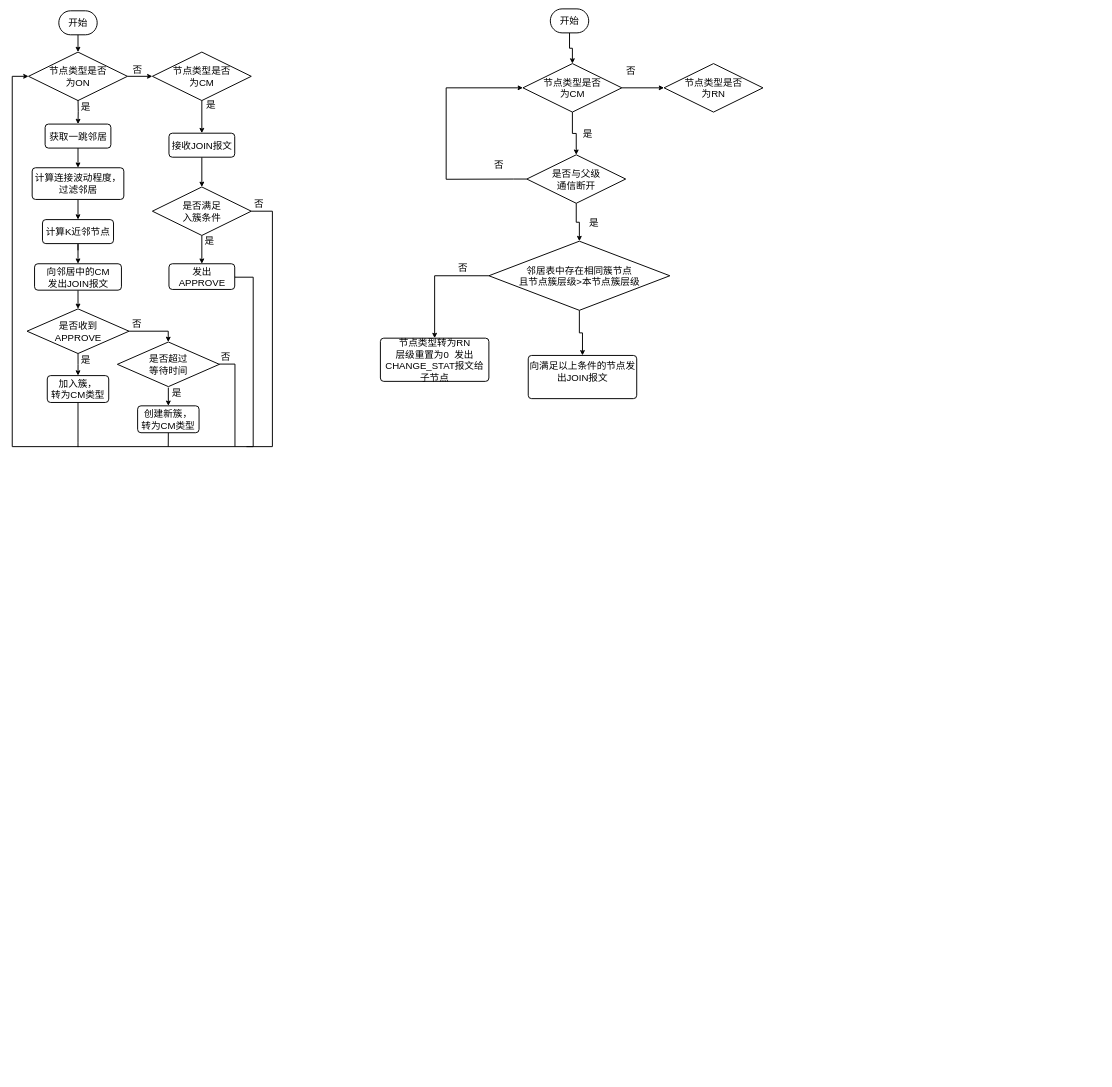
trevorHsu/draftChart keeps this draw.io diagram as cluster/SNNCA-FLOW.drawio. Above is the earlier version. Source tidied: cells renumbered, new cells numbered last; positions are measured from the earlier drawing's top-left corner, leaving out a move shared by most shapes. Both pictures are drawn from the tidied source at 48%, with x=0, y=0 at pixel (12, 9).
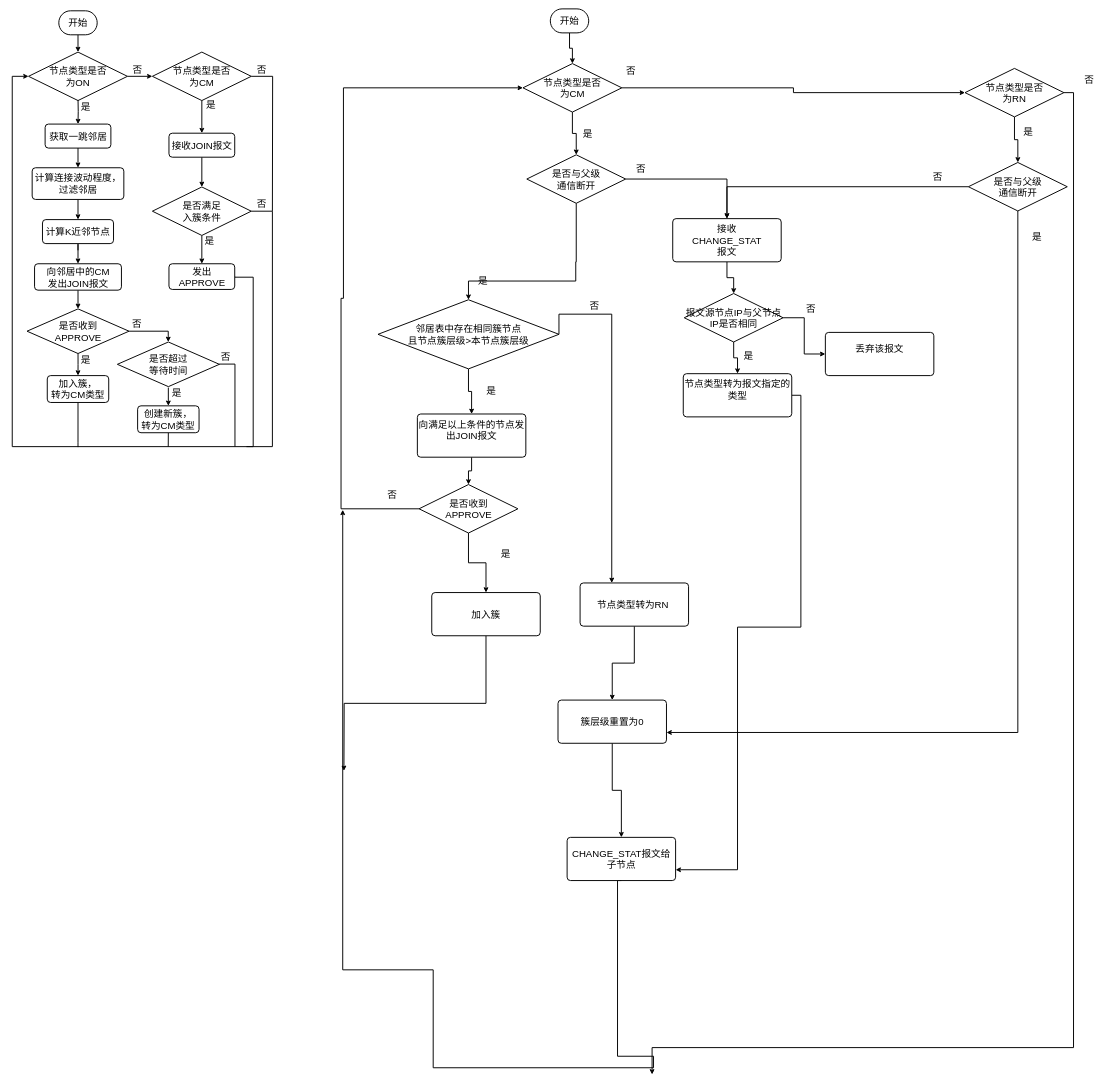
Above is the later version.

Unchanged cells that the change refers to:
```xml
<mxCell id="26" value="节点类型是否&lt;br&gt;为CM" style="strokeWidth=2;html=1;shape=mxgraph.flowchart.decision;whiteSpace=wrap;fontSize=20;" parent="1" vertex="1">
  <mxGeometry x="292" y="90" width="206" height="101" as="geometry" />
</mxCell>
<mxCell id="49" value="节点类型是否&lt;br&gt;为CM" style="strokeWidth=2;html=1;shape=mxgraph.flowchart.decision;whiteSpace=wrap;fontSize=20;" parent="1" vertex="1">
  <mxGeometry x="1064" y="114" width="206" height="101" as="geometry" />
</mxCell>
<mxCell id="53" value="是否与父级&lt;br&gt;通信断开" style="strokeWidth=2;html=1;shape=mxgraph.flowchart.decision;whiteSpace=wrap;fontSize=20;" parent="1" vertex="1">
  <mxGeometry x="1072" y="304" width="206" height="101" as="geometry" />
</mxCell>
```

Change to the diagram source:
```diff
@@
     <mxCell id="20" value="否" style="text;strokeColor=none;align=center;fillColor=none;html=1;verticalAlign=middle;whiteSpace=wrap;rounded=0;fontSize=20;" parent="1" vertex="1">
-      <mxGeometry x="484" y="391" width="60" height="30" as="geometry" />
+      <mxGeometry x="490" y="391" width="60" height="30" as="geometry" />
     </mxCell>
@@
+    <mxCell id="63" style="edgeStyle=orthogonalEdgeStyle;rounded=0;jettySize=auto;html=1;exitX=1;exitY=0.5;exitDx=0;exitDy=0;exitPerimeter=0;strokeWidth=2;fontSize=20;endArrow=none;endFill=0;" parent="1" edge="1" source="26">
+      <mxGeometry relative="1" as="geometry">
+        <mxPoint x="542" y="421" as="targetPoint" />
+      </mxGeometry>
+    </mxCell>
@@
+    <mxCell id="64" style="edgeStyle=orthogonalEdgeStyle;rounded=0;jettySize=auto;html=1;strokeWidth=2;fontSize=20;endArrow=classic;endFill=1;" parent="1" edge="1" source="46" target="83">
+      <mxGeometry relative="1" as="geometry" />
+    </mxCell>
     <mxCell id="46" value="&lt;div&gt;向满足以上条件的节点发出JOIN报文&lt;/div&gt;&lt;div&gt;&lt;br&gt;&lt;/div&gt;" style="rounded=1;whiteSpace=wrap;html=1;absoluteArcSize=1;arcSize=14;strokeWidth=2;fontSize=20;" parent="1" vertex="1">
-      <mxGeometry x="1075" y="722" width="226" height="90" as="geometry" />
+      <mxGeometry x="844" y="844" width="226" height="90" as="geometry" />
     </mxCell>
@@
+    <mxCell id="65" style="edgeStyle=orthogonalEdgeStyle;rounded=0;jettySize=auto;html=1;strokeWidth=2;fontSize=20;endArrow=classic;endFill=1;" parent="1" edge="1" source="50" target="91">
+      <mxGeometry relative="1" as="geometry" />
+    </mxCell>
+    <mxCell id="66" style="edgeStyle=orthogonalEdgeStyle;rounded=0;jettySize=auto;html=1;exitX=1;exitY=0.5;exitDx=0;exitDy=0;exitPerimeter=0;strokeWidth=2;fontSize=20;endArrow=classic;endFill=1;" parent="1" edge="1" source="50">
+      <mxGeometry relative="1" as="geometry">
+        <mxPoint x="1333" y="2220" as="targetPoint" />
+        <Array as="points">
+          <mxPoint x="2211" y="175" />
+          <mxPoint x="2211" y="2164" />
+          <mxPoint x="1333" y="2164" />
+        </Array>
+      </mxGeometry>
+    </mxCell>
     <mxCell id="50" value="节点类型是否&lt;br&gt;为RN" style="strokeWidth=2;html=1;shape=mxgraph.flowchart.decision;whiteSpace=wrap;fontSize=20;" parent="1" vertex="1">
-      <mxGeometry x="1358" y="114" width="206" height="101" as="geometry" />
+      <mxGeometry x="1985" y="124" width="206" height="101" as="geometry" />
     </mxCell>
-    <mxCell id="51" style="edgeStyle=orthogonalEdgeStyle;rounded=0;jettySize=auto;html=1;strokeWidth=2;fontSize=20;endArrow=classic;endFill=1;" parent="1" edge="1" source="53" target="58">
-      <mxGeometry relative="1" as="geometry" />
+    <mxCell id="51" style="edgeStyle=orthogonalEdgeStyle;rounded=0;jettySize=auto;html=1;strokeWidth=2;fontSize=20;endArrow=classic;endFill=1;exitX=0.5;exitY=1;exitDx=0;exitDy=0;exitPerimeter=0;" parent="1" edge="1" source="53" target="58">
+      <mxGeometry relative="1" as="geometry">
+        <Array as="points">
+          <mxPoint x="1175" y="527" />
+          <mxPoint x="1174" y="567" />
+          <mxPoint x="951" y="567" />
+        </Array>
+      </mxGeometry>
     </mxCell>
-    <mxCell id="52" style="edgeStyle=orthogonalEdgeStyle;rounded=0;jettySize=auto;html=1;entryX=0;entryY=0.5;entryDx=0;entryDy=0;entryPerimeter=0;strokeWidth=2;fontSize=20;endArrow=classic;endFill=1;exitX=0;exitY=0.5;exitDx=0;exitDy=0;exitPerimeter=0;" parent="1" edge="1" source="53" target="49">
-      <mxGeometry relative="1" as="geometry">
-        <Array as="points">
-          <mxPoint x="1044" y="355" />
-          <mxPoint x="904" y="355" />
-          <mxPoint x="904" y="165" />
-        </Array>
-      </mxGeometry>
-    </mxCell>
+    <mxCell id="67" style="edgeStyle=orthogonalEdgeStyle;rounded=0;jettySize=auto;html=1;strokeWidth=2;fontSize=20;endArrow=classic;endFill=1;entryX=0.5;entryY=0;entryDx=0;entryDy=0;" parent="1" edge="1" source="53" target="71">
+      <mxGeometry relative="1" as="geometry" />
+    </mxCell>
@@
-    <mxCell id="57" style="edgeStyle=orthogonalEdgeStyle;rounded=0;jettySize=auto;html=1;strokeWidth=2;fontSize=20;endArrow=classic;endFill=1;" parent="1" edge="1" source="58" target="61">
+    <mxCell id="57" style="edgeStyle=orthogonalEdgeStyle;rounded=0;jettySize=auto;html=1;strokeWidth=2;fontSize=20;endArrow=classic;endFill=1;exitX=1;exitY=0.5;exitDx=0;exitDy=0;exitPerimeter=0;" parent="1" edge="1" source="58" target="61">
       <mxGeometry relative="1" as="geometry">
         <Array as="points">
-          <mxPoint x="880" y="556" />
+          <mxPoint x="1139" y="636" />
+          <mxPoint x="1249" y="636" />
         </Array>
       </mxGeometry>
     </mxCell>
     <mxCell id="58" value="邻居表中存在相同簇节点&lt;br&gt;且节点簇层级&amp;gt;本节点簇层级" style="strokeWidth=2;html=1;shape=mxgraph.flowchart.decision;whiteSpace=wrap;fontSize=20;" parent="1" vertex="1">
-      <mxGeometry x="993" y="484" width="377" height="144" as="geometry" />
+      <mxGeometry x="762" y="606" width="377" height="144" as="geometry" />
     </mxCell>
     <mxCell id="59" value="是" style="text;strokeColor=none;align=center;fillColor=none;html=1;verticalAlign=middle;whiteSpace=wrap;rounded=0;fontSize=20;" parent="1" vertex="1">
-      <mxGeometry x="1182" y="429" width="60" height="30" as="geometry" />
+      <mxGeometry x="951" y="551" width="60" height="30" as="geometry" />
     </mxCell>
     <mxCell id="60" value="否" style="text;strokeColor=none;align=center;fillColor=none;html=1;verticalAlign=middle;whiteSpace=wrap;rounded=0;fontSize=20;" parent="1" vertex="1">
-      <mxGeometry x="984" y="309" width="60" height="30" as="geometry" />
+      <mxGeometry x="1280" y="317" width="60" height="30" as="geometry" />
     </mxCell>
+    <mxCell id="68" style="edgeStyle=orthogonalEdgeStyle;rounded=0;jettySize=auto;html=1;strokeWidth=2;fontSize=20;endArrow=classic;endFill=1;exitX=0.5;exitY=1;exitDx=0;exitDy=0;" parent="1" edge="1" source="88">
+      <mxGeometry relative="1" as="geometry">
+        <mxPoint x="688.5" y="1043.5" as="targetPoint" />
+        <Array as="points">
+          <mxPoint x="1261" y="1816" />
+          <mxPoint x="1261" y="2182" />
+          <mxPoint x="1336" y="2182" />
+          <mxPoint x="1336" y="2206" />
+          <mxPoint x="877" y="2206" />
+          <mxPoint x="877" y="2002" />
+          <mxPoint x="689" y="2002" />
+        </Array>
+      </mxGeometry>
+    </mxCell>
+    <mxCell id="69" style="edgeStyle=orthogonalEdgeStyle;rounded=0;jettySize=auto;html=1;exitX=0.5;exitY=1;exitDx=0;exitDy=0;strokeWidth=2;fontSize=20;endArrow=classic;endFill=1;" parent="1" edge="1" source="61" target="96">
+      <mxGeometry relative="1" as="geometry" />
+    </mxCell>
-    <mxCell id="61" value="&lt;div&gt;&lt;div&gt;节点类型转为RN&lt;/div&gt;&lt;div&gt;层级重置为0&amp;nbsp; 发出CHANGE_STAT报文给子节点&lt;/div&gt;&lt;/div&gt;" style="rounded=1;whiteSpace=wrap;html=1;absoluteArcSize=1;arcSize=14;strokeWidth=2;fontSize=20;" parent="1" vertex="1">
-      <mxGeometry x="767" y="686" width="226" height="90" as="geometry" />
+    <mxCell id="61" value="&lt;div&gt;节点类型转为RN&lt;span style=&quot;background-color: initial;&quot;&gt;&amp;nbsp;&lt;/span&gt;&lt;/div&gt;" style="rounded=1;whiteSpace=wrap;html=1;absoluteArcSize=1;arcSize=14;strokeWidth=2;fontSize=20;" parent="1" vertex="1">
+      <mxGeometry x="1183" y="1196" width="226" height="90" as="geometry" />
     </mxCell>
     <mxCell id="62" value="否" style="text;strokeColor=none;align=center;fillColor=none;html=1;verticalAlign=middle;whiteSpace=wrap;rounded=0;fontSize=20;" parent="1" vertex="1">
-      <mxGeometry x="909" y="524" width="60" height="30" as="geometry" />
+      <mxGeometry x="1183" y="603" width="60" height="30" as="geometry" />
     </mxCell>
+    <mxCell id="70" style="edgeStyle=orthogonalEdgeStyle;rounded=0;jettySize=auto;html=1;strokeWidth=2;fontSize=20;endArrow=classic;endFill=1;" parent="1" edge="1" source="71" target="74">
+      <mxGeometry relative="1" as="geometry" />
+    </mxCell>
+    <mxCell id="71" value="&lt;div&gt;接收&lt;/div&gt;CHANGE_STAT&lt;div&gt;报文&lt;/div&gt;" style="rounded=1;whiteSpace=wrap;html=1;absoluteArcSize=1;arcSize=14;strokeWidth=2;fontSize=20;" parent="1" vertex="1">
+      <mxGeometry x="1376" y="437" width="226" height="90" as="geometry" />
+    </mxCell>
+    <mxCell id="72" style="edgeStyle=orthogonalEdgeStyle;rounded=0;jettySize=auto;html=1;strokeWidth=2;fontSize=20;endArrow=classic;endFill=1;" parent="1" edge="1" source="74" target="76">
+      <mxGeometry relative="1" as="geometry" />
+    </mxCell>
+    <mxCell id="73" style="edgeStyle=orthogonalEdgeStyle;rounded=0;jettySize=auto;html=1;strokeWidth=2;fontSize=20;endArrow=classic;endFill=1;" parent="1" edge="1" source="74" target="78">
+      <mxGeometry relative="1" as="geometry" />
+    </mxCell>
+    <mxCell id="74" value="报文源节点IP与父节点IP是否相同" style="strokeWidth=2;html=1;shape=mxgraph.flowchart.decision;whiteSpace=wrap;fontSize=20;" parent="1" vertex="1">
+      <mxGeometry x="1400" y="593" width="206" height="101" as="geometry" />
+    </mxCell>
+    <mxCell id="75" style="edgeStyle=orthogonalEdgeStyle;rounded=0;jettySize=auto;html=1;entryX=1;entryY=0.75;entryDx=0;entryDy=0;strokeWidth=2;fontSize=20;endArrow=classic;endFill=1;" parent="1" edge="1" source="76" target="88">
+      <mxGeometry relative="1" as="geometry">
+        <Array as="points">
+          <mxPoint x="1643" y="805" />
+          <mxPoint x="1643" y="1288" />
+          <mxPoint x="1511" y="1288" />
+          <mxPoint x="1511" y="1794" />
+        </Array>
+      </mxGeometry>
+    </mxCell>
+    <mxCell id="76" value="&lt;div&gt;节点类型转为报文指定的类型&lt;/div&gt;&lt;div&gt;&lt;br&gt;&lt;/div&gt;" style="rounded=1;whiteSpace=wrap;html=1;absoluteArcSize=1;arcSize=14;strokeWidth=2;fontSize=20;" parent="1" vertex="1">
+      <mxGeometry x="1398" y="760" width="226" height="90" as="geometry" />
+    </mxCell>
+    <mxCell id="77" value="是" style="text;strokeColor=none;align=center;fillColor=none;html=1;verticalAlign=middle;whiteSpace=wrap;rounded=0;fontSize=20;" parent="1" vertex="1">
+      <mxGeometry x="1504" y="707" width="60" height="30" as="geometry" />
+    </mxCell>
+    <mxCell id="78" value="&lt;div&gt;丢弃该报文&lt;/div&gt;&lt;div&gt;&lt;br&gt;&lt;/div&gt;" style="rounded=1;whiteSpace=wrap;html=1;absoluteArcSize=1;arcSize=14;strokeWidth=2;fontSize=20;" parent="1" vertex="1">
+      <mxGeometry x="1694" y="674" width="226" height="90" as="geometry" />
+    </mxCell>
+    <mxCell id="79" value="否" style="text;strokeColor=none;align=center;fillColor=none;html=1;verticalAlign=middle;whiteSpace=wrap;rounded=0;fontSize=20;" parent="1" vertex="1">
+      <mxGeometry x="1634" y="610" width="60" height="30" as="geometry" />
+    </mxCell>
+    <mxCell id="80" value="是" style="text;strokeColor=none;align=center;fillColor=none;html=1;verticalAlign=middle;whiteSpace=wrap;rounded=0;fontSize=20;" parent="1" vertex="1">
+      <mxGeometry x="968" y="778.5" width="60" height="30" as="geometry" />
+    </mxCell>
+    <mxCell id="81" style="edgeStyle=orthogonalEdgeStyle;rounded=0;jettySize=auto;html=1;entryX=0.5;entryY=0;entryDx=0;entryDy=0;strokeWidth=2;fontSize=20;endArrow=classic;endFill=1;" parent="1" edge="1" source="83" target="85">
+      <mxGeometry relative="1" as="geometry" />
+    </mxCell>
+    <mxCell id="82" style="edgeStyle=orthogonalEdgeStyle;rounded=0;jettySize=auto;html=1;entryX=0;entryY=0.5;entryDx=0;entryDy=0;entryPerimeter=0;strokeWidth=2;fontSize=20;endArrow=classic;endFill=1;" parent="1" edge="1" source="83" target="49">
+      <mxGeometry relative="1" as="geometry">
+        <Array as="points">
+          <mxPoint x="685" y="1041" />
+          <mxPoint x="685" y="603" />
+          <mxPoint x="690" y="603" />
+          <mxPoint x="690" y="165" />
+        </Array>
+      </mxGeometry>
+    </mxCell>
+    <mxCell id="83" value="是否收到&lt;br&gt;APPROVE" style="strokeWidth=2;html=1;shape=mxgraph.flowchart.decision;whiteSpace=wrap;fontSize=20;" parent="1" vertex="1">
+      <mxGeometry x="847.5" y="991" width="206" height="101" as="geometry" />
+    </mxCell>
+    <mxCell id="84" style="edgeStyle=orthogonalEdgeStyle;rounded=0;jettySize=auto;html=1;exitX=0.5;exitY=1;exitDx=0;exitDy=0;strokeWidth=2;fontSize=20;endArrow=classic;endFill=1;" parent="1" edge="1" source="85">
+      <mxGeometry relative="1" as="geometry">
+        <mxPoint x="691" y="1587.5" as="targetPoint" />
+      </mxGeometry>
+    </mxCell>
+    <mxCell id="85" value="&lt;div&gt;加入簇&lt;/div&gt;" style="rounded=1;whiteSpace=wrap;html=1;absoluteArcSize=1;arcSize=14;strokeWidth=2;fontSize=20;" parent="1" vertex="1">
+      <mxGeometry x="874" y="1216" width="226" height="90" as="geometry" />
+    </mxCell>
+    <mxCell id="86" value="是" style="text;strokeColor=none;align=center;fillColor=none;html=1;verticalAlign=middle;whiteSpace=wrap;rounded=0;fontSize=20;" parent="1" vertex="1">
+      <mxGeometry x="998" y="1119" width="60" height="30" as="geometry" />
+    </mxCell>
+    <mxCell id="87" value="否" style="text;strokeColor=none;align=center;fillColor=none;html=1;verticalAlign=middle;whiteSpace=wrap;rounded=0;fontSize=20;" parent="1" vertex="1">
+      <mxGeometry x="762" y="997" width="60" height="30" as="geometry" />
+    </mxCell>
+    <mxCell id="88" value="&lt;div&gt;&lt;span style=&quot;background-color: initial;&quot;&gt;CHANGE_STAT报文给子节点&lt;/span&gt;&lt;br&gt;&lt;/div&gt;" style="rounded=1;whiteSpace=wrap;html=1;absoluteArcSize=1;arcSize=14;strokeWidth=2;fontSize=20;" parent="1" vertex="1">
+      <mxGeometry x="1156" y="1726" width="226" height="90" as="geometry" />
+    </mxCell>
+    <mxCell id="89" style="edgeStyle=orthogonalEdgeStyle;rounded=0;jettySize=auto;html=1;exitX=0;exitY=0.5;exitDx=0;exitDy=0;exitPerimeter=0;strokeWidth=2;fontSize=20;endArrow=classic;endFill=1;" parent="1" edge="1" source="91" target="71">
+      <mxGeometry relative="1" as="geometry" />
+    </mxCell>
+    <mxCell id="90" style="edgeStyle=orthogonalEdgeStyle;rounded=0;jettySize=auto;html=1;exitX=0.5;exitY=1;exitDx=0;exitDy=0;exitPerimeter=0;entryX=1;entryY=0.75;entryDx=0;entryDy=0;strokeWidth=2;fontSize=20;endArrow=classic;endFill=1;" parent="1" edge="1" source="91" target="96">
+      <mxGeometry relative="1" as="geometry" />
+    </mxCell>
+    <mxCell id="91" value="是否与父级&lt;br&gt;通信断开" style="strokeWidth=2;html=1;shape=mxgraph.flowchart.decision;whiteSpace=wrap;fontSize=20;" parent="1" vertex="1">
+      <mxGeometry x="1992" y="320" width="206" height="101" as="geometry" />
+    </mxCell>
+    <mxCell id="92" value="是" style="text;strokeColor=none;align=center;fillColor=none;html=1;verticalAlign=middle;whiteSpace=wrap;rounded=0;fontSize=20;" parent="1" vertex="1">
+      <mxGeometry x="2087" y="240" width="60" height="30" as="geometry" />
+    </mxCell>
+    <mxCell id="93" value="是" style="text;strokeColor=none;align=center;fillColor=none;html=1;verticalAlign=middle;whiteSpace=wrap;rounded=0;fontSize=20;" parent="1" vertex="1">
+      <mxGeometry x="2105" y="459" width="60" height="30" as="geometry" />
+    </mxCell>
+    <mxCell id="94" value="否" style="text;strokeColor=none;align=center;fillColor=none;html=1;verticalAlign=middle;whiteSpace=wrap;rounded=0;fontSize=20;" parent="1" vertex="1">
+      <mxGeometry x="1898" y="334" width="60" height="30" as="geometry" />
+    </mxCell>
+    <mxCell id="95" style="edgeStyle=orthogonalEdgeStyle;rounded=0;jettySize=auto;html=1;exitX=0.5;exitY=1;exitDx=0;exitDy=0;strokeWidth=2;fontSize=20;endArrow=classic;endFill=1;" parent="1" edge="1" source="96" target="88">
+      <mxGeometry relative="1" as="geometry" />
+    </mxCell>
+    <mxCell id="96" value="&lt;div&gt;簇层级重置为0&lt;/div&gt;" style="rounded=1;whiteSpace=wrap;html=1;absoluteArcSize=1;arcSize=14;strokeWidth=2;fontSize=20;" parent="1" vertex="1">
+      <mxGeometry x="1137" y="1440" width="226" height="90" as="geometry" />
+    </mxCell>
+    <mxCell id="97" value="否" style="text;strokeColor=none;align=center;fillColor=none;html=1;verticalAlign=middle;whiteSpace=wrap;rounded=0;fontSize=20;" parent="1" vertex="1">
+      <mxGeometry x="490" y="111" width="60" height="30" as="geometry" />
+    </mxCell>
+    <mxCell id="98" value="否" style="text;strokeColor=none;align=center;fillColor=none;html=1;verticalAlign=middle;whiteSpace=wrap;rounded=0;fontSize=20;" parent="1" vertex="1">
+      <mxGeometry x="2214" y="132" width="60" height="30" as="geometry" />
+    </mxCell>
```
